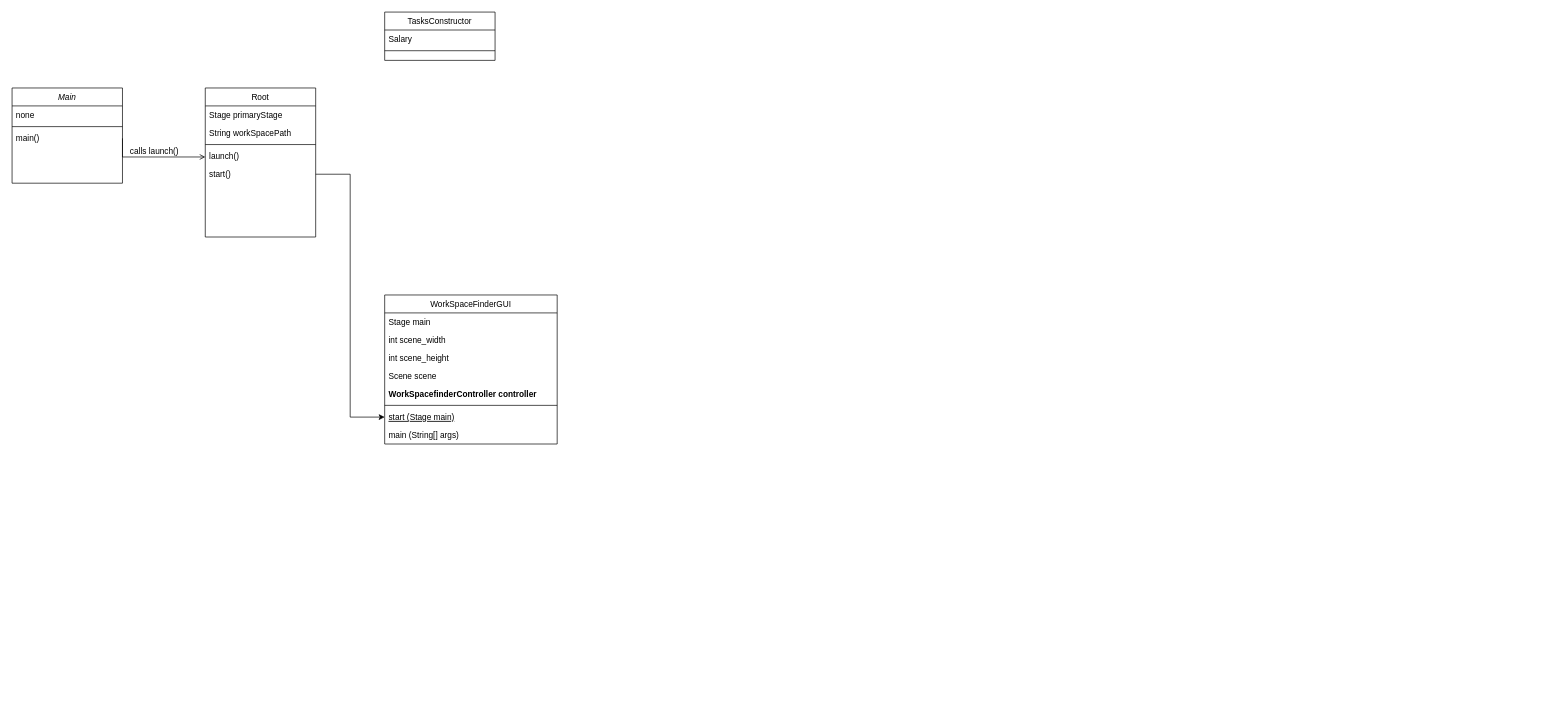
Before: ToDoList/Unbenanntes Diagramm.drawio in F-Kwiz/ToDoList, a draw.io diagram. Source tidied: cells renumbered, new cells numbered last; positions are measured from the earlier drawing's top-left corner, leaving out a move shared by most shapes. Both pictures are drawn from the tidied source at 69%, with x=0, y=0 at pixel (12, 12).
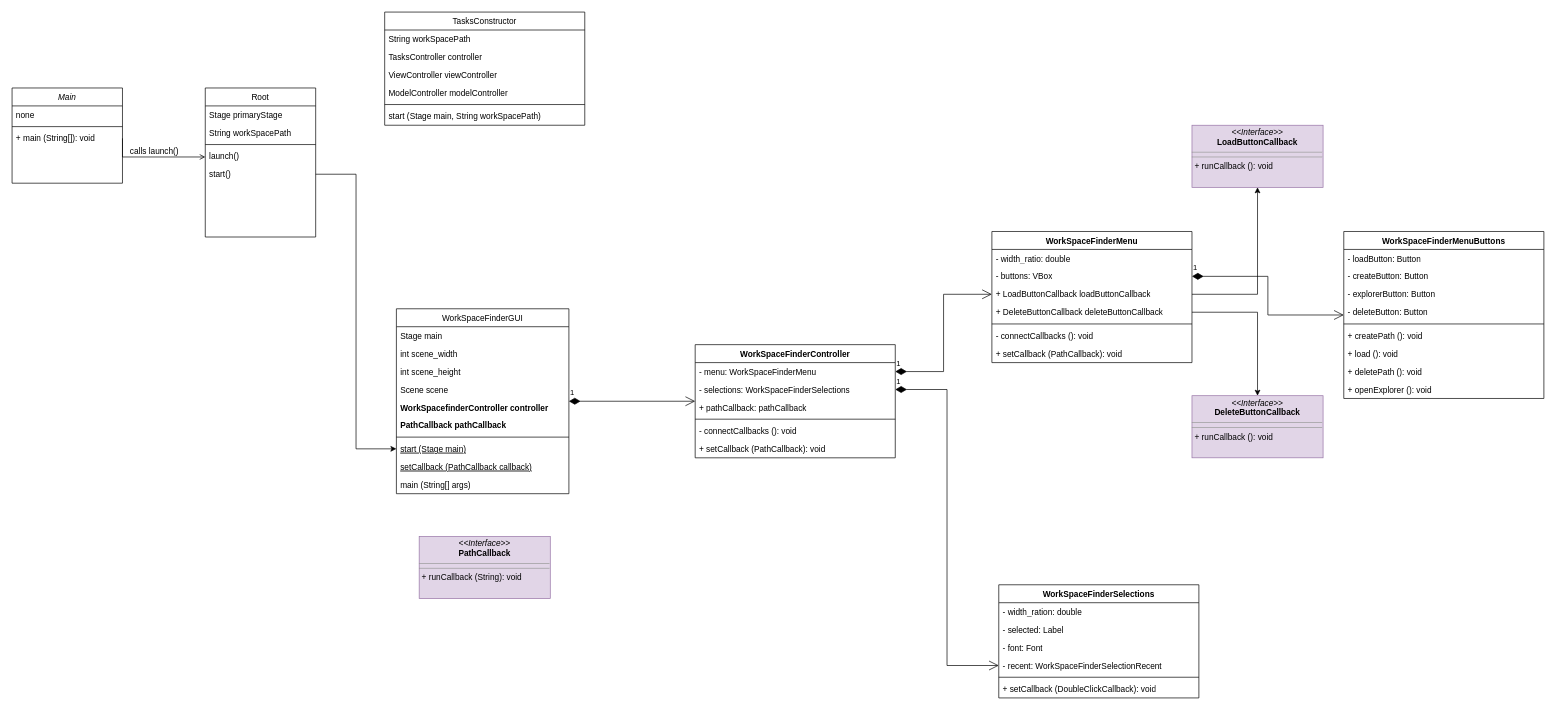
The same diagram, later.

Unchanged cells that the change refers to:
```xml
<mxCell id="2" value="Main" style="swimlane;fontStyle=2;align=center;verticalAlign=top;horizontal=1;startSize=26;rounded=0;shadow=0;strokeWidth=1;" parent="1" vertex="1">
  <mxGeometry y="110" width="160" height="138" as="geometry" />
</mxCell>
<mxCell id="23" value="start()" style="text;align=left;verticalAlign=top;spacingLeft=4;spacingRight=4;overflow=hidden;points=[[0,0.5],[1,0.5]];portConstraint=eastwest;" parent="18" vertex="1">
  <mxGeometry y="112" width="160" height="26" as="geometry" />
</mxCell>
```

What changed in the source:
```diff
@@
-    <mxCell id="5" value="main()" style="text;align=left;verticalAlign=top;spacingLeft=4;spacingRight=4;overflow=hidden;points=[[0,0.5],[1,0.5]];portConstraint=eastwest;" parent="2" vertex="1">
+    <mxCell id="5" value="+ main (String[]): void" style="text;align=left;verticalAlign=top;spacingLeft=4;spacingRight=4;overflow=hidden;points=[[0,0.5],[1,0.5]];portConstraint=eastwest;" parent="2" vertex="1">
       <mxGeometry y="60" width="160" height="26" as="geometry" />
     </mxCell>
-    <mxCell id="6" value="WorkSpaceFinderGUI" style="swimlane;fontStyle=0;align=center;verticalAlign=top;horizontal=1;startSize=26;rounded=0;shadow=0;strokeWidth=1;" parent="1" vertex="1">
-      <mxGeometry x="540" y="410" width="250" height="216" as="geometry" />
-    </mxCell>
-    <mxCell id="7" value="Stage main" style="text;align=left;verticalAlign=top;spacingLeft=4;spacingRight=4;overflow=hidden;" parent="6" vertex="1">
-      <mxGeometry y="26" width="250" height="26" as="geometry" />
-    </mxCell>
-    <mxCell id="8" value="int scene_width" style="text;align=left;verticalAlign=top;spacingLeft=4;spacingRight=4;overflow=hidden;rounded=0;shadow=0;html=0;" parent="6" vertex="1">
-      <mxGeometry y="52" width="250" height="26" as="geometry" />
-    </mxCell>
-    <mxCell id="9" value="int scene_height" style="text;align=left;verticalAlign=top;spacingLeft=4;spacingRight=4;overflow=hidden;rounded=0;shadow=0;html=0;" parent="6" vertex="1">
-      <mxGeometry y="78" width="250" height="26" as="geometry" />
-    </mxCell>
-    <mxCell id="10" value="Scene scene" style="text;align=left;verticalAlign=top;spacingLeft=4;spacingRight=4;overflow=hidden;rounded=0;shadow=0;html=0;" parent="6" vertex="1">
-      <mxGeometry y="104" width="250" height="26" as="geometry" />
-    </mxCell>
-    <mxCell id="11" value="WorkSpacefinderController controller" style="text;align=left;verticalAlign=top;spacingLeft=4;spacingRight=4;overflow=hidden;rounded=0;shadow=0;html=0;fontStyle=1;" parent="6" vertex="1">
-      <mxGeometry y="130" width="250" height="26" as="geometry" />
-    </mxCell>
-    <mxCell id="12" style="line;html=1;strokeWidth=1;align=left;verticalAlign=middle;spacingTop=-1;spacingLeft=3;spacingRight=3;labelPosition=right;" parent="6" vertex="1">
-      <mxGeometry y="156" width="250" height="8" as="geometry" />
-    </mxCell>
-    <mxCell id="13" value="start (Stage main)" style="text;align=left;verticalAlign=top;spacingLeft=4;spacingRight=4;overflow=hidden;points=[[0,0.5],[1,0.5]];portConstraint=eastwest;fontStyle=4;" parent="6" vertex="1">
-      <mxGeometry y="164" width="250" height="26" as="geometry" />
-    </mxCell>
-    <mxCell id="14" value="main (String[] args)" style="text;align=left;verticalAlign=top;spacingLeft=4;spacingRight=4;overflow=hidden;" parent="6" vertex="1">
-      <mxGeometry y="190" width="250" height="26" as="geometry" />
-    </mxCell>
     <mxCell id="15" value="TasksConstructor" style="swimlane;fontStyle=0;align=center;verticalAlign=top;horizontal=1;startSize=26;rounded=0;shadow=0;strokeWidth=1;" parent="1" vertex="1">
-      <mxGeometry x="540" width="160" height="70" as="geometry" />
+      <mxGeometry x="540" width="290" height="164" as="geometry" />
     </mxCell>
-    <mxCell id="16" value="Salary" style="text;align=left;verticalAlign=top;spacingLeft=4;spacingRight=4;overflow=hidden;" parent="15" vertex="1">
-      <mxGeometry y="26" width="160" height="26" as="geometry" />
+    <mxCell id="16" value="String workSpacePath" style="text;align=left;verticalAlign=top;spacingLeft=4;spacingRight=4;overflow=hidden;" parent="15" vertex="1">
+      <mxGeometry y="26" width="290" height="26" as="geometry" />
     </mxCell>
+    <mxCell id="29" value="TasksController controller" style="text;align=left;verticalAlign=top;spacingLeft=4;spacingRight=4;overflow=hidden;" parent="15" vertex="1">
+      <mxGeometry y="52" width="290" height="26" as="geometry" />
+    </mxCell>
+    <mxCell id="30" value="ViewController viewController" style="text;align=left;verticalAlign=top;spacingLeft=4;spacingRight=4;overflow=hidden;" parent="15" vertex="1">
+      <mxGeometry y="78" width="290" height="26" as="geometry" />
+    </mxCell>
+    <mxCell id="31" value="ModelController modelController" style="text;align=left;verticalAlign=top;spacingLeft=4;spacingRight=4;overflow=hidden;" parent="15" vertex="1">
+      <mxGeometry y="104" width="290" height="26" as="geometry" />
+    </mxCell>
     <mxCell id="17" style="line;html=1;strokeWidth=1;align=left;verticalAlign=middle;spacingTop=-1;spacingLeft=3;spacingRight=3;labelPosition=right;" parent="15" vertex="1">
-      <mxGeometry y="52" width="160" height="8" as="geometry" />
+      <mxGeometry y="130" width="290" height="8" as="geometry" />
     </mxCell>
+    <mxCell id="32" value="start (Stage main, String workSpacePath)" style="text;align=left;verticalAlign=top;spacingLeft=4;spacingRight=4;overflow=hidden;" parent="15" vertex="1">
+      <mxGeometry y="138" width="290" height="26" as="geometry" />
+    </mxCell>
@@
-    <mxCell id="28" style="edgeStyle=orthogonalEdgeStyle;rounded=0;jettySize=auto;html=1;entryX=0;entryY=0.5;entryDx=0;entryDy=0;" parent="1" edge="1" source="23" target="13">
+    <mxCell id="28" style="edgeStyle=orthogonalEdgeStyle;rounded=0;jettySize=auto;html=1;" parent="1" edge="1" source="23" target="13">
       <mxGeometry relative="1" as="geometry" />
     </mxCell>
+    <mxCell id="6" value="WorkSpaceFinderGUI" style="swimlane;fontStyle=0;align=center;verticalAlign=top;horizontal=1;startSize=26;rounded=0;shadow=0;strokeWidth=1;" parent="1" vertex="1">
+      <mxGeometry x="557" y="430" width="250" height="268" as="geometry" />
+    </mxCell>
+    <mxCell id="7" value="Stage main" style="text;align=left;verticalAlign=top;spacingLeft=4;spacingRight=4;overflow=hidden;" parent="6" vertex="1">
+      <mxGeometry y="26" width="250" height="26" as="geometry" />
+    </mxCell>
+    <mxCell id="8" value="int scene_width" style="text;align=left;verticalAlign=top;spacingLeft=4;spacingRight=4;overflow=hidden;rounded=0;shadow=0;html=0;" parent="6" vertex="1">
+      <mxGeometry y="52" width="250" height="26" as="geometry" />
+    </mxCell>
+    <mxCell id="9" value="int scene_height" style="text;align=left;verticalAlign=top;spacingLeft=4;spacingRight=4;overflow=hidden;rounded=0;shadow=0;html=0;" parent="6" vertex="1">
+      <mxGeometry y="78" width="250" height="26" as="geometry" />
+    </mxCell>
+    <mxCell id="10" value="Scene scene" style="text;align=left;verticalAlign=top;spacingLeft=4;spacingRight=4;overflow=hidden;rounded=0;shadow=0;html=0;" parent="6" vertex="1">
+      <mxGeometry y="104" width="250" height="26" as="geometry" />
+    </mxCell>
+    <mxCell id="11" value="WorkSpacefinderController controller" style="text;align=left;verticalAlign=top;spacingLeft=4;spacingRight=4;overflow=hidden;rounded=0;shadow=0;html=0;fontStyle=1;" parent="6" vertex="1">
+      <mxGeometry y="130" width="250" height="26" as="geometry" />
+    </mxCell>
+    <mxCell id="33" value="PathCallback pathCallback" style="text;align=left;verticalAlign=top;spacingLeft=4;spacingRight=4;overflow=hidden;rounded=0;shadow=0;html=0;fontStyle=1;" parent="6" vertex="1">
+      <mxGeometry y="156" width="250" height="26" as="geometry" />
+    </mxCell>
+    <mxCell id="34" style="line;html=1;strokeWidth=1;align=left;verticalAlign=middle;spacingTop=-1;spacingLeft=3;spacingRight=3;labelPosition=right;" parent="6" vertex="1">
+      <mxGeometry y="182" width="250" height="8" as="geometry" />
+    </mxCell>
+    <mxCell id="13" value="start (Stage main)" style="text;align=left;verticalAlign=top;spacingLeft=4;spacingRight=4;overflow=hidden;points=[[0,0.5],[1,0.5]];portConstraint=eastwest;fontStyle=4;" parent="6" vertex="1">
+      <mxGeometry y="190" width="250" height="26" as="geometry" />
+    </mxCell>
+    <mxCell id="35" value="setCallback (PathCallback callback)" style="text;align=left;verticalAlign=top;spacingLeft=4;spacingRight=4;overflow=hidden;fontStyle=4;" parent="6" vertex="1">
+      <mxGeometry y="216" width="250" height="26" as="geometry" />
+    </mxCell>
+    <mxCell id="14" value="main (String[] args)" style="text;align=left;verticalAlign=top;spacingLeft=4;spacingRight=4;overflow=hidden;" parent="6" vertex="1">
+      <mxGeometry y="242" width="250" height="26" as="geometry" />
+    </mxCell>
+    <mxCell id="36" value="&lt;p style=&quot;margin:0px;margin-top:4px;text-align:center;&quot;&gt;&lt;i&gt;&amp;lt;&amp;lt;Interface&amp;gt;&amp;gt;&lt;/i&gt;&lt;br&gt;&lt;b&gt;PathCallback&lt;/b&gt;&lt;br&gt;&lt;/p&gt;&lt;hr size=&quot;1&quot;&gt;&lt;hr size=&quot;1&quot;&gt;&lt;p style=&quot;margin:0px;margin-left:4px;&quot;&gt;+ runCallback (String): void&lt;br&gt;&lt;br&gt;&lt;/p&gt;" style="verticalAlign=top;align=left;overflow=fill;fontSize=12;fontFamily=Helvetica;html=1;whiteSpace=wrap;fillColor=#e1d5e7;strokeColor=#9673a6;" parent="1" vertex="1">
+      <mxGeometry x="590" y="760" width="190" height="90" as="geometry" />
+    </mxCell>
+    <mxCell id="37" value="WorkSpaceFinderController" style="swimlane;fontStyle=1;align=center;verticalAlign=top;horizontal=1;startSize=26;whiteSpace=wrap;html=1;" parent="1" vertex="1">
+      <mxGeometry x="990" y="482" width="290" height="164" as="geometry" />
+    </mxCell>
+    <mxCell id="38" value="- menu: WorkSpaceFinderMenu" style="text;strokeColor=none;fillColor=none;align=left;verticalAlign=top;spacingLeft=4;spacingRight=4;overflow=hidden;points=[[0,0.5],[1,0.5]];portConstraint=eastwest;whiteSpace=wrap;html=1;" parent="37" vertex="1">
+      <mxGeometry y="26" width="290" height="26" as="geometry" />
+    </mxCell>
+    <mxCell id="39" value="- selections: WorkSpaceFinderSelections" style="text;strokeColor=none;fillColor=none;align=left;verticalAlign=top;spacingLeft=4;spacingRight=4;overflow=hidden;points=[[0,0.5],[1,0.5]];portConstraint=eastwest;whiteSpace=wrap;html=1;" parent="37" vertex="1">
+      <mxGeometry y="52" width="290" height="26" as="geometry" />
+    </mxCell>
+    <mxCell id="40" value="+ pathCallback: pathCallback" style="text;strokeColor=none;fillColor=none;align=left;verticalAlign=top;spacingLeft=4;spacingRight=4;overflow=hidden;whiteSpace=wrap;html=1;" parent="37" vertex="1">
+      <mxGeometry y="78" width="290" height="26" as="geometry" />
+    </mxCell>
+    <mxCell id="41" style="line;strokeWidth=1;fillColor=none;align=left;verticalAlign=middle;spacingTop=-1;spacingLeft=3;spacingRight=3;labelPosition=right;strokeColor=inherit;" parent="37" vertex="1">
+      <mxGeometry y="104" width="290" height="8" as="geometry" />
+    </mxCell>
+    <mxCell id="42" value="- connectCallbacks (): void" style="text;strokeColor=none;fillColor=none;align=left;verticalAlign=top;spacingLeft=4;spacingRight=4;overflow=hidden;whiteSpace=wrap;html=1;" parent="37" vertex="1">
+      <mxGeometry y="112" width="290" height="26" as="geometry" />
+    </mxCell>
+    <mxCell id="43" value="+ setCallback (PathCallback): void" style="text;strokeColor=none;fillColor=none;align=left;verticalAlign=top;spacingLeft=4;spacingRight=4;overflow=hidden;whiteSpace=wrap;html=1;" parent="37" vertex="1">
+      <mxGeometry y="138" width="290" height="26" as="geometry" />
+    </mxCell>
+    <mxCell id="44" value="1" style="endArrow=open;html=1;endSize=12;startArrow=diamondThin;startSize=14;startFill=1;edgeStyle=orthogonalEdgeStyle;align=left;verticalAlign=bottom;rounded=0;entryX=0;entryY=0.5;entryDx=0;entryDy=0;exitX=1;exitY=0.5;exitDx=0;exitDy=0;" parent="1" edge="1" source="6" target="37">
+      <mxGeometry x="-1" y="3" relative="1" as="geometry" />
+    </mxCell>
+    <mxCell id="45" value="WorkSpaceFinderMenu" style="swimlane;fontStyle=1;align=center;verticalAlign=top;horizontal=1;startSize=26;whiteSpace=wrap;html=1;" parent="1" vertex="1">
+      <mxGeometry x="1420" y="318" width="290" height="190" as="geometry" />
+    </mxCell>
+    <mxCell id="46" value="- width_ratio: double" style="text;strokeColor=none;fillColor=none;align=left;verticalAlign=top;spacingLeft=4;spacingRight=4;overflow=hidden;whiteSpace=wrap;html=1;" parent="45" vertex="1">
+      <mxGeometry y="26" width="290" height="26" as="geometry" />
+    </mxCell>
+    <mxCell id="47" value="- buttons: VBox" style="text;strokeColor=none;fillColor=none;align=left;verticalAlign=top;spacingLeft=4;spacingRight=4;overflow=hidden;points=[[0,0.5],[1,0.5]];portConstraint=eastwest;whiteSpace=wrap;html=1;" parent="45" vertex="1">
+      <mxGeometry y="52" width="290" height="26" as="geometry" />
+    </mxCell>
+    <mxCell id="48" value="+ LoadButtonCallback loadButtonCallback" style="text;strokeColor=none;fillColor=none;align=left;verticalAlign=top;spacingLeft=4;spacingRight=4;overflow=hidden;points=[[0,0.5],[1,0.5]];portConstraint=eastwest;whiteSpace=wrap;html=1;" parent="45" vertex="1">
+      <mxGeometry y="78" width="290" height="26" as="geometry" />
+    </mxCell>
+    <mxCell id="49" value="+ DeleteButtonCallback deleteButtonCallback" style="text;strokeColor=none;fillColor=none;align=left;verticalAlign=top;spacingLeft=4;spacingRight=4;overflow=hidden;points=[[0,0.5],[1,0.5]];portConstraint=eastwest;whiteSpace=wrap;html=1;" parent="45" vertex="1">
+      <mxGeometry y="104" width="290" height="26" as="geometry" />
+    </mxCell>
+    <mxCell id="50" style="line;strokeWidth=1;fillColor=none;align=left;verticalAlign=middle;spacingTop=-1;spacingLeft=3;spacingRight=3;labelPosition=right;strokeColor=inherit;" parent="45" vertex="1">
+      <mxGeometry y="130" width="290" height="8" as="geometry" />
+    </mxCell>
+    <mxCell id="51" value="- connectCallbacks (): void" style="text;strokeColor=none;fillColor=none;align=left;verticalAlign=top;spacingLeft=4;spacingRight=4;overflow=hidden;whiteSpace=wrap;html=1;" parent="45" vertex="1">
+      <mxGeometry y="138" width="290" height="26" as="geometry" />
+    </mxCell>
+    <mxCell id="52" value="+ setCallback (PathCallback): void" style="text;strokeColor=none;fillColor=none;align=left;verticalAlign=top;spacingLeft=4;spacingRight=4;overflow=hidden;whiteSpace=wrap;html=1;" parent="45" vertex="1">
+      <mxGeometry y="164" width="290" height="26" as="geometry" />
+    </mxCell>
+    <mxCell id="53" value="WorkSpaceFinderSelections" style="swimlane;fontStyle=1;align=center;verticalAlign=top;horizontal=1;startSize=26;whiteSpace=wrap;html=1;" parent="1" vertex="1">
+      <mxGeometry x="1430" y="830" width="290" height="164" as="geometry" />
+    </mxCell>
+    <mxCell id="54" value="- width_ration: double" style="text;strokeColor=none;fillColor=none;align=left;verticalAlign=top;spacingLeft=4;spacingRight=4;overflow=hidden;whiteSpace=wrap;html=1;" parent="53" vertex="1">
+      <mxGeometry y="26" width="290" height="26" as="geometry" />
+    </mxCell>
+    <mxCell id="55" value="- selected: Label" style="text;strokeColor=none;fillColor=none;align=left;verticalAlign=top;spacingLeft=4;spacingRight=4;overflow=hidden;whiteSpace=wrap;html=1;" parent="53" vertex="1">
+      <mxGeometry y="52" width="290" height="26" as="geometry" />
+    </mxCell>
+    <mxCell id="56" value="- font: Font" style="text;strokeColor=none;fillColor=none;align=left;verticalAlign=top;spacingLeft=4;spacingRight=4;overflow=hidden;whiteSpace=wrap;html=1;" parent="53" vertex="1">
+      <mxGeometry y="78" width="290" height="26" as="geometry" />
+    </mxCell>
+    <mxCell id="57" value="- recent: WorkSpaceFinderSelectionRecent" style="text;strokeColor=none;fillColor=none;align=left;verticalAlign=top;spacingLeft=4;spacingRight=4;overflow=hidden;points=[[0,0.5],[1,0.5]];portConstraint=eastwest;whiteSpace=wrap;html=1;" parent="53" vertex="1">
+      <mxGeometry y="104" width="290" height="26" as="geometry" />
+    </mxCell>
+    <mxCell id="58" style="line;strokeWidth=1;fillColor=none;align=left;verticalAlign=middle;spacingTop=-1;spacingLeft=3;spacingRight=3;labelPosition=right;strokeColor=inherit;" parent="53" vertex="1">
+      <mxGeometry y="130" width="290" height="8" as="geometry" />
+    </mxCell>
+    <mxCell id="59" value="+ setCallback (DoubleClickCallback): void" style="text;strokeColor=none;fillColor=none;align=left;verticalAlign=top;spacingLeft=4;spacingRight=4;overflow=hidden;whiteSpace=wrap;html=1;" parent="53" vertex="1">
+      <mxGeometry y="138" width="290" height="26" as="geometry" />
+    </mxCell>
+    <mxCell id="60" value="WorkSpaceFinderMenuButtons" style="swimlane;fontStyle=1;align=center;verticalAlign=top;horizontal=1;startSize=26;whiteSpace=wrap;html=1;" parent="1" vertex="1">
+      <mxGeometry x="1930" y="318" width="290" height="242" as="geometry" />
+    </mxCell>
+    <mxCell id="61" value="- loadButton: Button" style="text;strokeColor=none;fillColor=none;align=left;verticalAlign=top;spacingLeft=4;spacingRight=4;overflow=hidden;whiteSpace=wrap;html=1;" parent="60" vertex="1">
+      <mxGeometry y="26" width="290" height="26" as="geometry" />
+    </mxCell>
+    <mxCell id="62" value="- createButton: Button" style="text;strokeColor=none;fillColor=none;align=left;verticalAlign=top;spacingLeft=4;spacingRight=4;overflow=hidden;whiteSpace=wrap;html=1;" parent="60" vertex="1">
+      <mxGeometry y="52" width="290" height="26" as="geometry" />
+    </mxCell>
+    <mxCell id="63" value="- explorerButton: Button" style="text;strokeColor=none;fillColor=none;align=left;verticalAlign=top;spacingLeft=4;spacingRight=4;overflow=hidden;whiteSpace=wrap;html=1;" parent="60" vertex="1">
+      <mxGeometry y="78" width="290" height="26" as="geometry" />
+    </mxCell>
+    <mxCell id="64" value="- deleteButton: Button" style="text;strokeColor=none;fillColor=none;align=left;verticalAlign=top;spacingLeft=4;spacingRight=4;overflow=hidden;whiteSpace=wrap;html=1;" parent="60" vertex="1">
+      <mxGeometry y="104" width="290" height="26" as="geometry" />
+    </mxCell>
+    <mxCell id="65" style="line;strokeWidth=1;fillColor=none;align=left;verticalAlign=middle;spacingTop=-1;spacingLeft=3;spacingRight=3;labelPosition=right;strokeColor=inherit;" parent="60" vertex="1">
+      <mxGeometry y="130" width="290" height="8" as="geometry" />
+    </mxCell>
+    <mxCell id="66" value="+ createPath (): void" style="text;strokeColor=none;fillColor=none;align=left;verticalAlign=top;spacingLeft=4;spacingRight=4;overflow=hidden;whiteSpace=wrap;html=1;" parent="60" vertex="1">
+      <mxGeometry y="138" width="290" height="26" as="geometry" />
+    </mxCell>
+    <mxCell id="67" value="+ load (): void" style="text;strokeColor=none;fillColor=none;align=left;verticalAlign=top;spacingLeft=4;spacingRight=4;overflow=hidden;whiteSpace=wrap;html=1;" parent="60" vertex="1">
+      <mxGeometry y="164" width="290" height="26" as="geometry" />
+    </mxCell>
+    <mxCell id="68" value="+ deletePath (): void" style="text;strokeColor=none;fillColor=none;align=left;verticalAlign=top;spacingLeft=4;spacingRight=4;overflow=hidden;whiteSpace=wrap;html=1;" parent="60" vertex="1">
+      <mxGeometry y="190" width="290" height="26" as="geometry" />
+    </mxCell>
+    <mxCell id="69" value="+ openExplorer (): void" style="text;strokeColor=none;fillColor=none;align=left;verticalAlign=top;spacingLeft=4;spacingRight=4;overflow=hidden;whiteSpace=wrap;html=1;" parent="60" vertex="1">
+      <mxGeometry y="216" width="290" height="26" as="geometry" />
+    </mxCell>
+    <mxCell id="70" value="1" style="endArrow=open;html=1;endSize=12;startArrow=diamondThin;startSize=14;startFill=1;edgeStyle=orthogonalEdgeStyle;align=left;verticalAlign=bottom;rounded=0;entryX=0;entryY=0.5;entryDx=0;entryDy=0;" parent="1" edge="1" source="39" target="57">
+      <mxGeometry x="-1" y="3" relative="1" as="geometry" />
+    </mxCell>
+    <mxCell id="71" value="1" style="endArrow=open;html=1;endSize=12;startArrow=diamondThin;startSize=14;startFill=1;edgeStyle=orthogonalEdgeStyle;align=left;verticalAlign=bottom;rounded=0;entryX=0;entryY=0.5;entryDx=0;entryDy=0;" parent="1" edge="1" source="38" target="48">
+      <mxGeometry x="-1" y="3" relative="1" as="geometry" />
+    </mxCell>
+    <mxCell id="72" value="1" style="endArrow=open;html=1;endSize=12;startArrow=diamondThin;startSize=14;startFill=1;edgeStyle=orthogonalEdgeStyle;align=left;verticalAlign=bottom;rounded=0;" parent="1" edge="1" source="47" target="60">
+      <mxGeometry x="-1" y="3" relative="1" as="geometry" />
+    </mxCell>
+    <mxCell id="73" value="&lt;p style=&quot;margin:0px;margin-top:4px;text-align:center;&quot;&gt;&lt;i&gt;&amp;lt;&amp;lt;Interface&amp;gt;&amp;gt;&lt;/i&gt;&lt;br&gt;&lt;b&gt;LoadButtonCallback&lt;/b&gt;&lt;br&gt;&lt;/p&gt;&lt;hr size=&quot;1&quot;&gt;&lt;hr size=&quot;1&quot;&gt;&lt;p style=&quot;margin:0px;margin-left:4px;&quot;&gt;+ runCallback (): void&lt;br&gt;&lt;br&gt;&lt;/p&gt;" style="verticalAlign=top;align=left;overflow=fill;fontSize=12;fontFamily=Helvetica;html=1;whiteSpace=wrap;fillColor=#e1d5e7;strokeColor=#9673a6;" parent="1" vertex="1">
+      <mxGeometry x="1710" y="164" width="190" height="90" as="geometry" />
+    </mxCell>
+    <mxCell id="74" value="&lt;p style=&quot;margin:0px;margin-top:4px;text-align:center;&quot;&gt;&lt;i&gt;&amp;lt;&amp;lt;Interface&amp;gt;&amp;gt;&lt;/i&gt;&lt;br&gt;&lt;b&gt;DeleteButtonCallback&lt;/b&gt;&lt;br&gt;&lt;/p&gt;&lt;hr size=&quot;1&quot;&gt;&lt;hr size=&quot;1&quot;&gt;&lt;p style=&quot;margin:0px;margin-left:4px;&quot;&gt;+ runCallback (): void&lt;br&gt;&lt;br&gt;&lt;/p&gt;" style="verticalAlign=top;align=left;overflow=fill;fontSize=12;fontFamily=Helvetica;html=1;whiteSpace=wrap;fillColor=#e1d5e7;strokeColor=#9673a6;" parent="1" vertex="1">
+      <mxGeometry x="1710" y="556" width="190" height="90" as="geometry" />
+    </mxCell>
+    <mxCell id="75" style="edgeStyle=orthogonalEdgeStyle;rounded=0;jettySize=auto;html=1;" parent="1" edge="1" source="49" target="74">
+      <mxGeometry relative="1" as="geometry" />
+    </mxCell>
+    <mxCell id="76" style="edgeStyle=orthogonalEdgeStyle;rounded=0;jettySize=auto;html=1;" parent="1" edge="1" source="48" target="73">
+      <mxGeometry relative="1" as="geometry" />
+    </mxCell>
```
